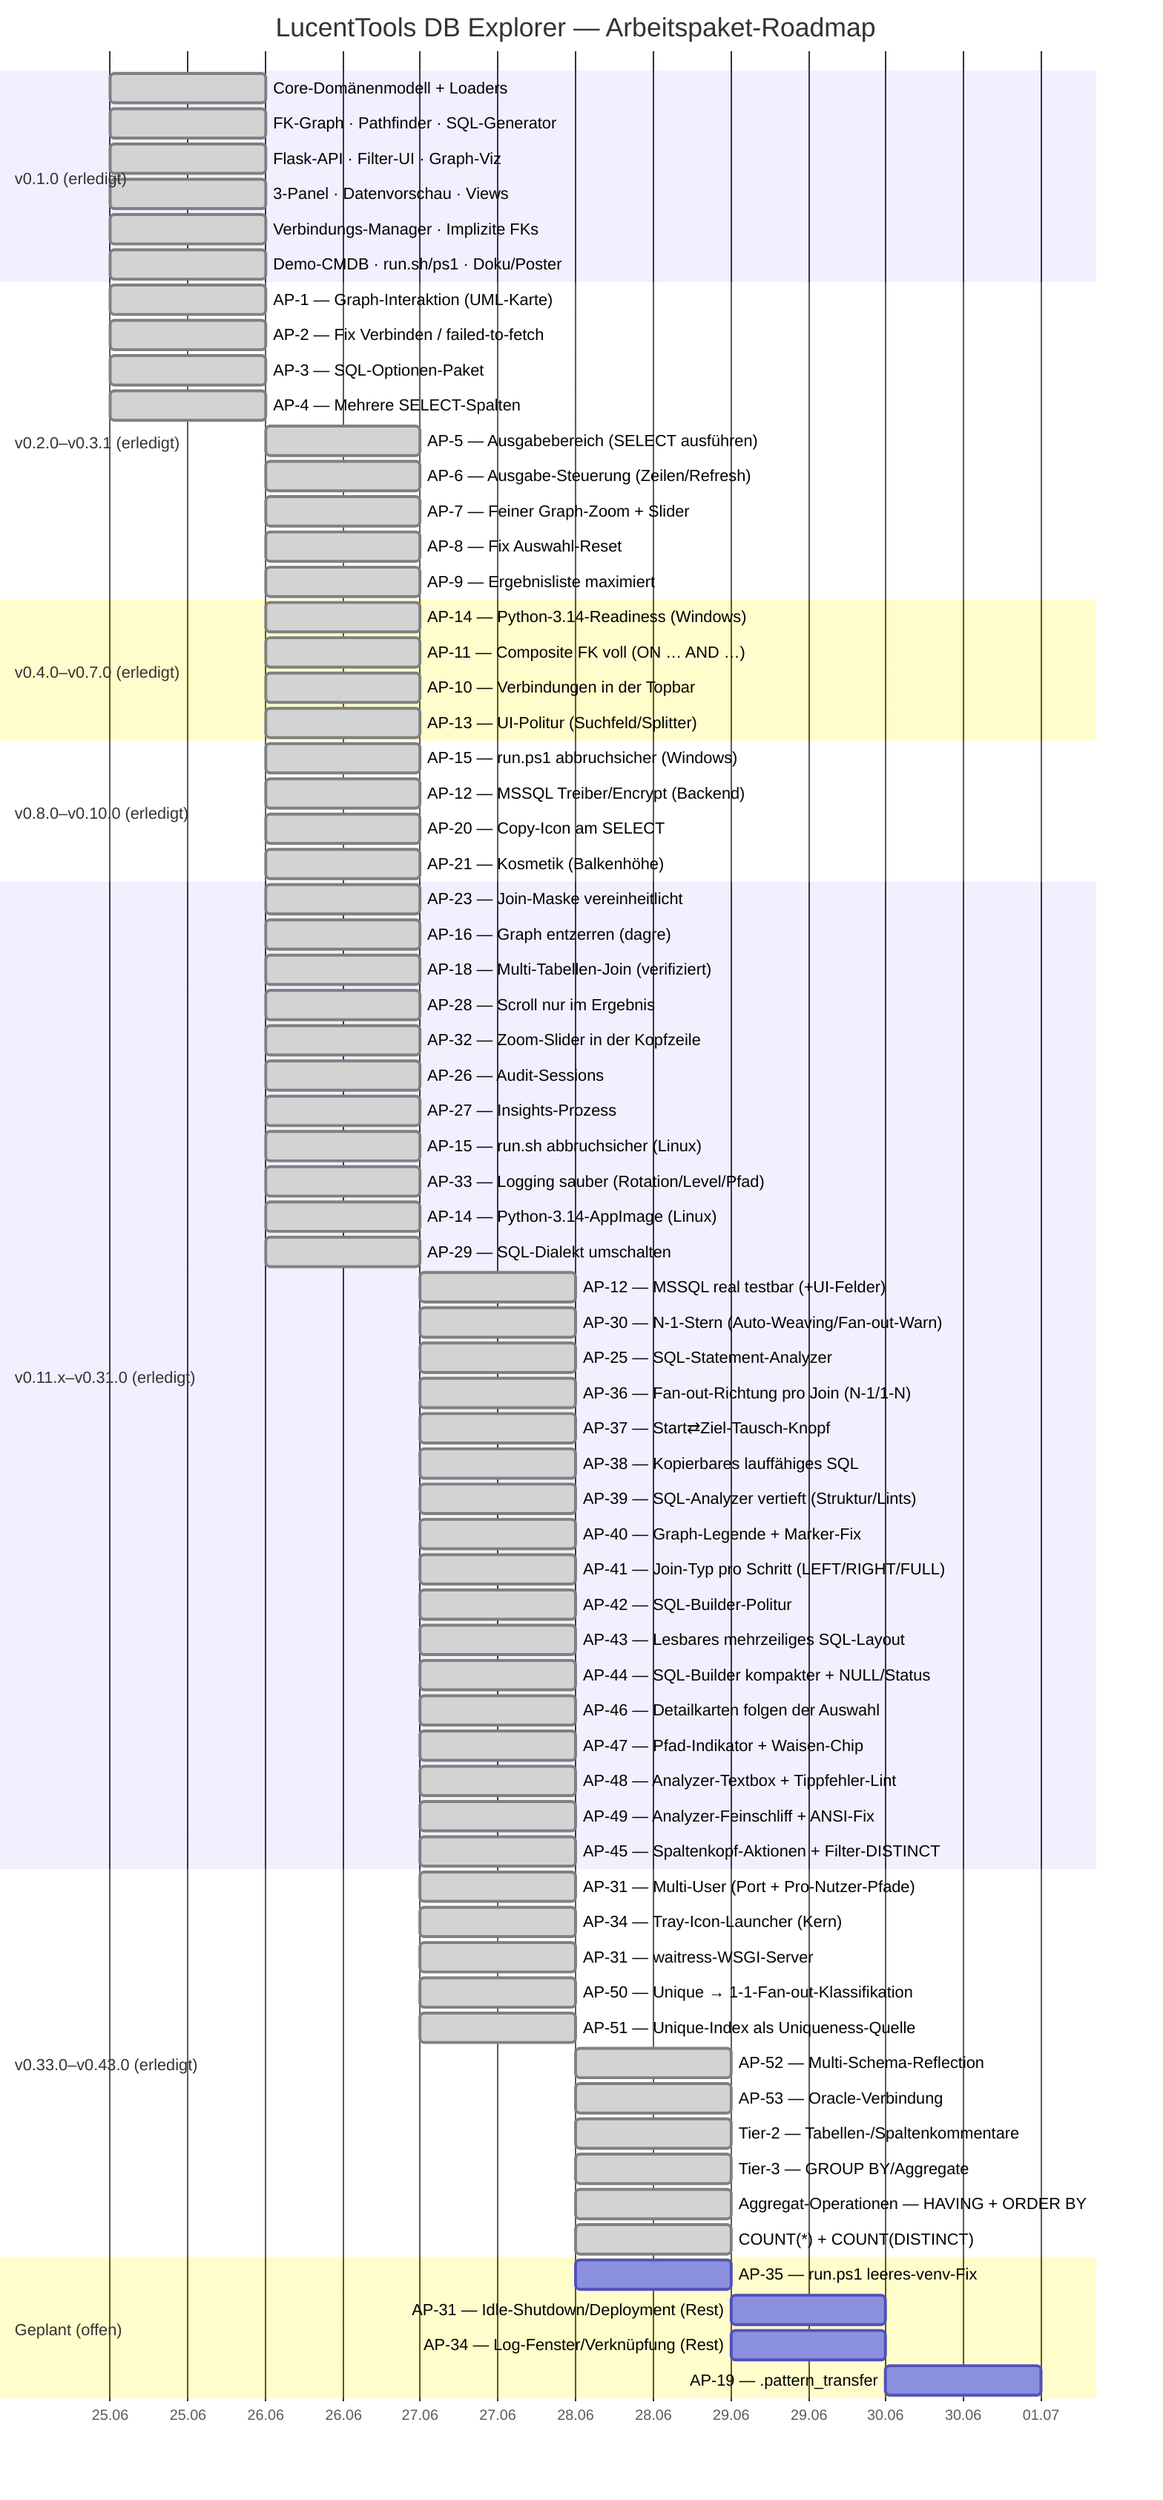
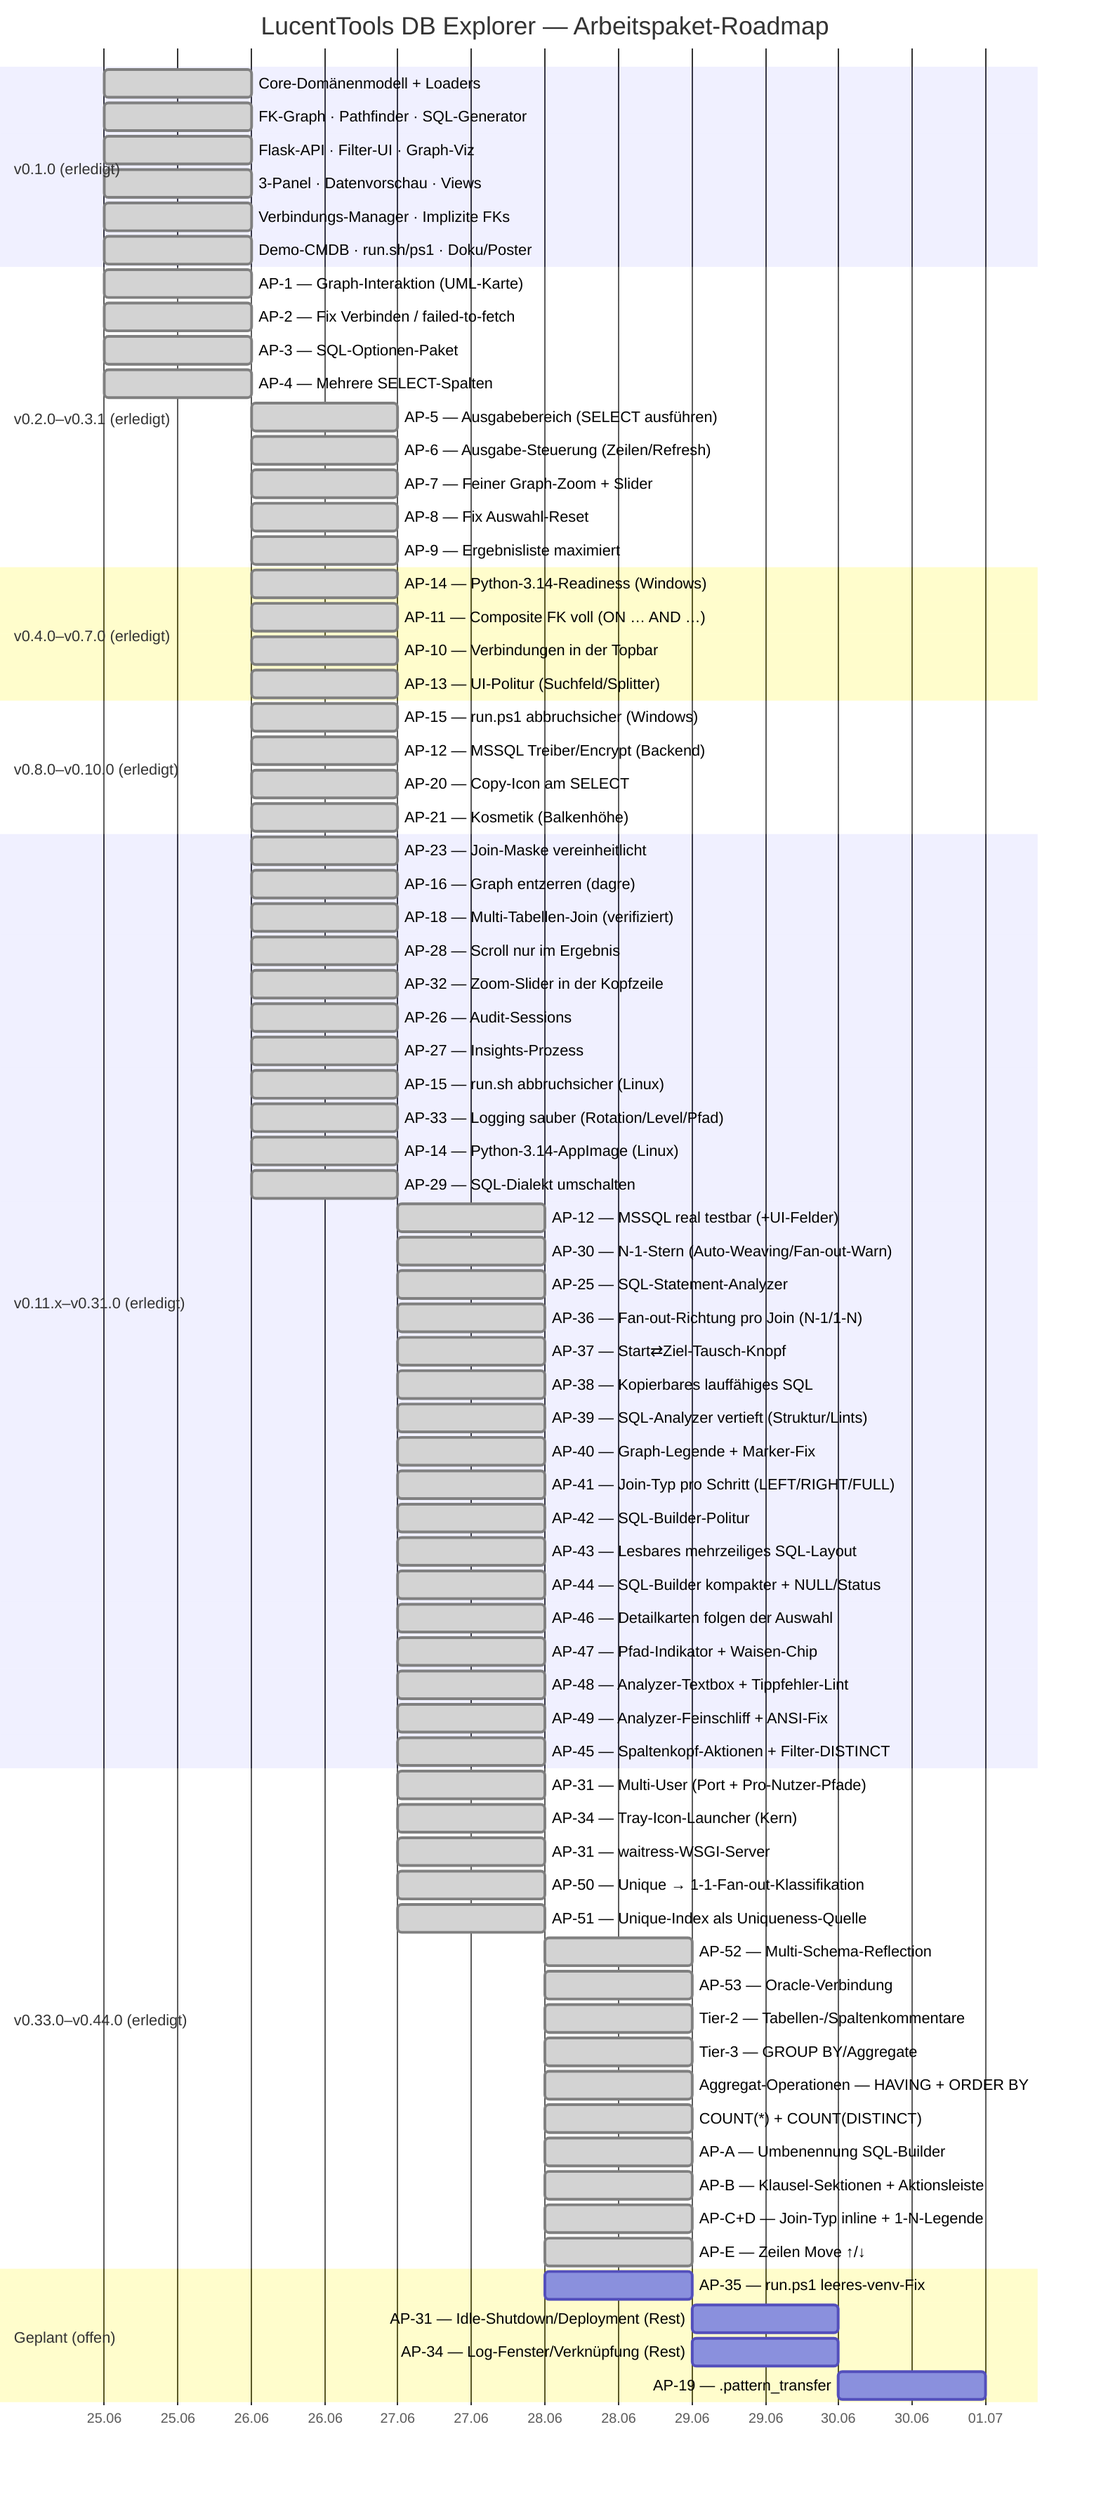
gantt
    title LucentTools DB Explorer — Arbeitspaket-Roadmap
    dateFormat  YYYY-MM-DD
    axisFormat  %d.%m

    section v0.1.0 (erledigt)
    Core-Domänenmodell + Loaders          :done, d1, 2026-06-25, 1d
    FK-Graph · Pathfinder · SQL-Generator :done, d2, 2026-06-25, 1d
    Flask-API · Filter-UI · Graph-Viz     :done, d3, 2026-06-25, 1d
    3-Panel · Datenvorschau · Views       :done, d4, 2026-06-25, 1d
    Verbindungs-Manager · Implizite FKs   :done, d5, 2026-06-25, 1d
    Demo-CMDB · run.sh/ps1 · Doku/Poster  :done, d6, 2026-06-25, 1d

    section v0.2.0–v0.3.1 (erledigt)
    AP-1 — Graph-Interaktion (UML-Karte)        :done, a1, 2026-06-25, 1d
    AP-2 — Fix Verbinden / failed-to-fetch      :done, a2, 2026-06-25, 1d
    AP-3 — SQL-Optionen-Paket                   :done, a3, 2026-06-25, 1d
    AP-4 — Mehrere SELECT-Spalten               :done, a4, 2026-06-25, 1d
    AP-5 — Ausgabebereich (SELECT ausführen)    :done, a5, 2026-06-26, 1d
    AP-6 — Ausgabe-Steuerung (Zeilen/Refresh)   :done, a6, 2026-06-26, 1d
    AP-7 — Feiner Graph-Zoom + Slider           :done, a7, 2026-06-26, 1d
    AP-8 — Fix Auswahl-Reset                    :done, a8, 2026-06-26, 1d
    AP-9 — Ergebnisliste maximiert              :done, a9, 2026-06-26, 1d

    section v0.4.0–v0.7.0 (erledigt)
    AP-14 — Python-3.14-Readiness (Windows)     :done, b1, 2026-06-26, 1d
    AP-11 — Composite FK voll (ON … AND …)      :done, b2, 2026-06-26, 1d
    AP-10 — Verbindungen in der Topbar          :done, b3, 2026-06-26, 1d
    AP-13 — UI-Politur (Suchfeld/Splitter)      :done, b4, 2026-06-26, 1d

    section v0.8.0–v0.10.0 (erledigt)
    AP-15 — run.ps1 abbruchsicher (Windows)     :done, c1, 2026-06-26, 1d
    AP-12 — MSSQL Treiber/Encrypt (Backend)     :done, c2, 2026-06-26, 1d
    AP-20 — Copy-Icon am SELECT                 :done, c3, 2026-06-26, 1d
    AP-21 — Kosmetik (Balkenhöhe)               :done, c4, 2026-06-26, 1d

    section v0.11.x–v0.31.0 (erledigt)
    AP-23 — Join-Maske vereinheitlicht          :done, e1, 2026-06-26, 1d
    AP-16 — Graph entzerren (dagre)             :done, e2, 2026-06-26, 1d
    AP-18 — Multi-Tabellen-Join (verifiziert)   :done, e3, 2026-06-26, 1d
    AP-28 — Scroll nur im Ergebnis              :done, e4, 2026-06-26, 1d
    AP-32 — Zoom-Slider in der Kopfzeile        :done, e5, 2026-06-26, 1d
    AP-26 — Audit-Sessions                      :done, e6, 2026-06-26, 1d
    AP-27 — Insights-Prozess                    :done, e7, 2026-06-26, 1d
    AP-15 — run.sh abbruchsicher (Linux)        :done, e8, 2026-06-26, 1d
    AP-33 — Logging sauber (Rotation/Level/Pfad) :done, e9, 2026-06-26, 1d
    AP-14 — Python-3.14-AppImage (Linux)         :done, e10, 2026-06-26, 1d
    AP-29 — SQL-Dialekt umschalten               :done, e11, 2026-06-26, 1d
    AP-12 — MSSQL real testbar (+UI-Felder)      :done, e12, 2026-06-27, 1d
    AP-30 — N-1-Stern (Auto-Weaving/Fan-out-Warn) :done, e13, 2026-06-27, 1d
    AP-25 — SQL-Statement-Analyzer               :done, e14, 2026-06-27, 1d
    AP-36 — Fan-out-Richtung pro Join (N-1/1-N)  :done, e15, 2026-06-27, 1d
    AP-37 — Start⇄Ziel-Tausch-Knopf              :done, e16, 2026-06-27, 1d
    AP-38 — Kopierbares lauffähiges SQL          :done, e17, 2026-06-27, 1d
    AP-39 — SQL-Analyzer vertieft (Struktur/Lints) :done, e18, 2026-06-27, 1d
    AP-40 — Graph-Legende + Marker-Fix           :done, e19, 2026-06-27, 1d
    AP-41 — Join-Typ pro Schritt (LEFT/RIGHT/FULL) :done, e20, 2026-06-27, 1d
    AP-42 — SQL-Builder-Politur                 :done, e21, 2026-06-27, 1d
    AP-43 — Lesbares mehrzeiliges SQL-Layout      :done, e22, 2026-06-27, 1d
    AP-44 — SQL-Builder kompakter + NULL/Status :done, e23, 2026-06-27, 1d
    AP-46 — Detailkarten folgen der Auswahl       :done, e24, 2026-06-27, 1d
    AP-47 — Pfad-Indikator + Waisen-Chip         :done, e25, 2026-06-27, 1d
    AP-48 — Analyzer-Textbox + Tippfehler-Lint   :done, e26, 2026-06-27, 1d
    AP-49 — Analyzer-Feinschliff + ANSI-Fix       :done, e27, 2026-06-27, 1d
    AP-45 — Spaltenkopf-Aktionen + Filter-DISTINCT :done, e28, 2026-06-27, 1d

-     section v0.33.0–v0.43.0 (erledigt)
+     section v0.33.0–v0.44.0 (erledigt)
    AP-31 — Multi-User (Port + Pro-Nutzer-Pfade) :done, f1, 2026-06-27, 1d
    AP-34 — Tray-Icon-Launcher (Kern)            :done, f2, 2026-06-27, 1d
    AP-31 — waitress-WSGI-Server                 :done, f3, 2026-06-27, 1d
    AP-50 — Unique → 1-1-Fan-out-Klassifikation  :done, f4, 2026-06-27, 1d
    AP-51 — Unique-Index als Uniqueness-Quelle   :done, f5, 2026-06-27, 1d
    AP-52 — Multi-Schema-Reflection              :done, f6, 2026-06-28, 1d
    AP-53 — Oracle-Verbindung                    :done, f7, 2026-06-28, 1d
    Tier-2 — Tabellen-/Spaltenkommentare         :done, f8, 2026-06-28, 1d
    Tier-3 — GROUP BY/Aggregate                  :done, f9, 2026-06-28, 1d
    Aggregat-Operationen — HAVING + ORDER BY     :done, f10, 2026-06-28, 1d
    COUNT(*) + COUNT(DISTINCT)                   :done, f11, 2026-06-28, 1d
+     AP-A — Umbenennung SQL-Builder               :done, f12, 2026-06-28, 1d
+     AP-B — Klausel-Sektionen + Aktionsleiste     :done, f13, 2026-06-28, 1d
+     AP-C+D — Join-Typ inline + 1-N-Legende       :done, f14, 2026-06-28, 1d
+     AP-E — Zeilen Move ↑/↓                        :done, f15, 2026-06-28, 1d

    section Geplant (offen)
    AP-35 — run.ps1 leeres-venv-Fix             :p3, 2026-06-28, 1d
    AP-31 — Idle-Shutdown/Deployment (Rest)     :p5, 2026-06-29, 1d
    AP-34 — Log-Fenster/Verknüpfung (Rest)      :p6, 2026-06-29, 1d
    AP-19 — .pattern_transfer                   :p11, 2026-06-30, 1d
